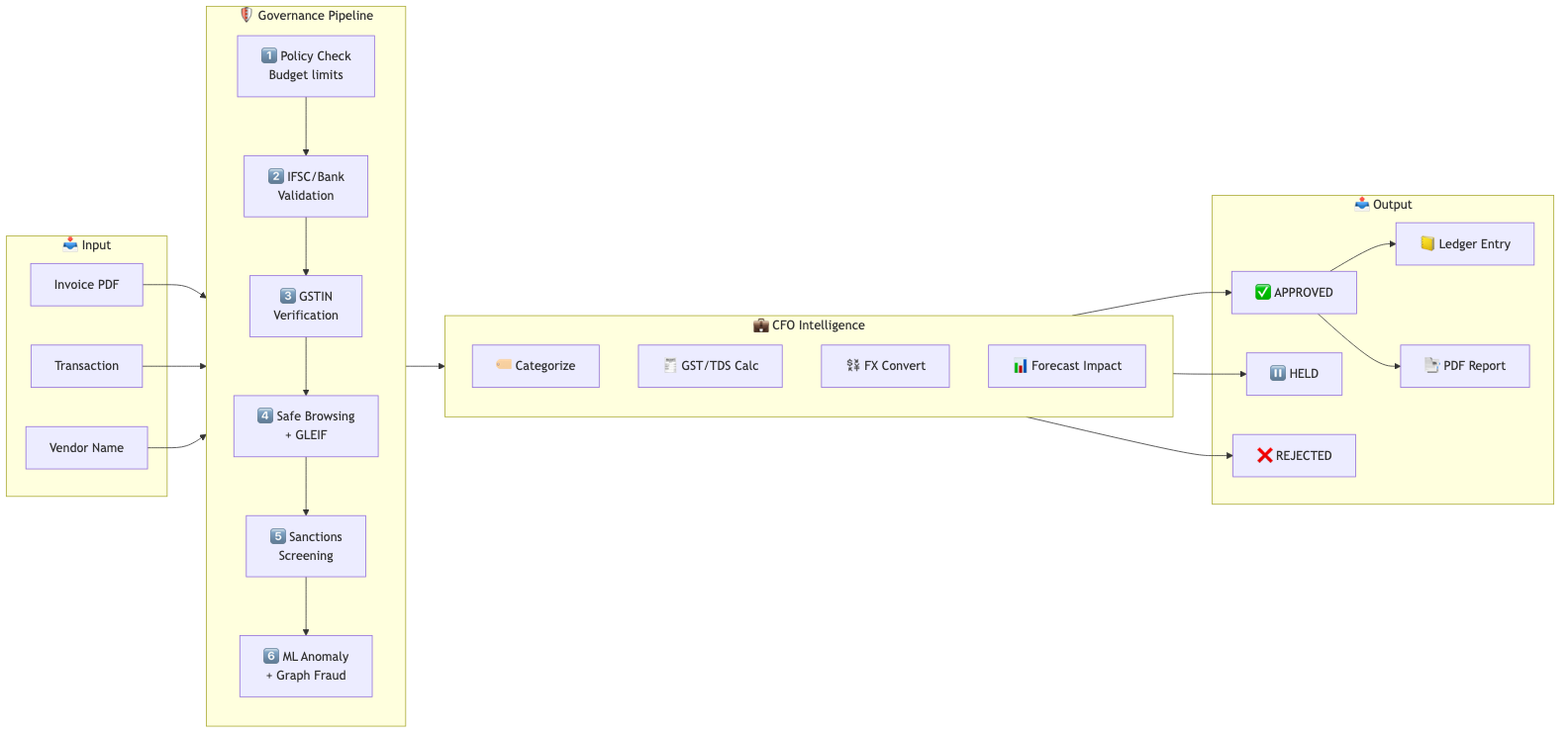
Earlier version of the Mermaid export docs/diagrams/governance_pipeline.png (guglxni/VyapaarClaw). Its source is kept beside it as docs/diagrams/governance_pipeline.mmd.
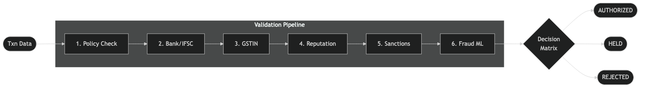
After the change.

Diff of the diagram source:
```diff
@@ -1,20 +1,16 @@
 graph LR
-    classDef data fill:#fff,stroke:#666,stroke-width:1px,stroke-dasharray: 2 2,font-family:monospace;
-    classDef phase fill:#f9f9f9,stroke:#333,stroke-width:1px,font-family:monospace;
-    classDef terminal fill:#000,stroke:#000,color:#fff,font-family:monospace;
-
-    Input(["Txn Data"]):::data --> P1
+    Input(["Txn Data"]) --> P1
 
     subgraph Pipeline ["Validation Pipeline"]
         direction LR
-        P1["1. Policy Check"]:::phase --> P2["2. Bank/IFSC"]:::phase
-        P2 --> P3["3. GSTIN"]:::phase
-        P3 --> P4["4. Reputation"]:::phase
-        P4 --> P5["5. Sanctions"]:::phase
-        P5 --> P6["6. Fraud ML"]:::phase
+        P1["1. Policy Check"] --> P2["2. Bank/IFSC"]
+        P2 --> P3["3. GSTIN"]
+        P3 --> P4["4. Reputation"]
+        P4 --> P5["5. Sanctions"]
+        P5 --> P6["6. Fraud ML"]
     end
 
-    P6 --> Eval{"Decision<br/>Matrix"}:::phase
-    Eval --> A(["AUTHORIZED"]):::terminal
-    Eval --> H(["HELD"]):::terminal
-    Eval --> R(["REJECTED"]):::terminal
+    P6 --> Eval{"Decision<br/>Matrix"}
+    Eval --> A(["AUTHORIZED"])
+    Eval --> H(["HELD"])
+    Eval --> R(["REJECTED"])
```
